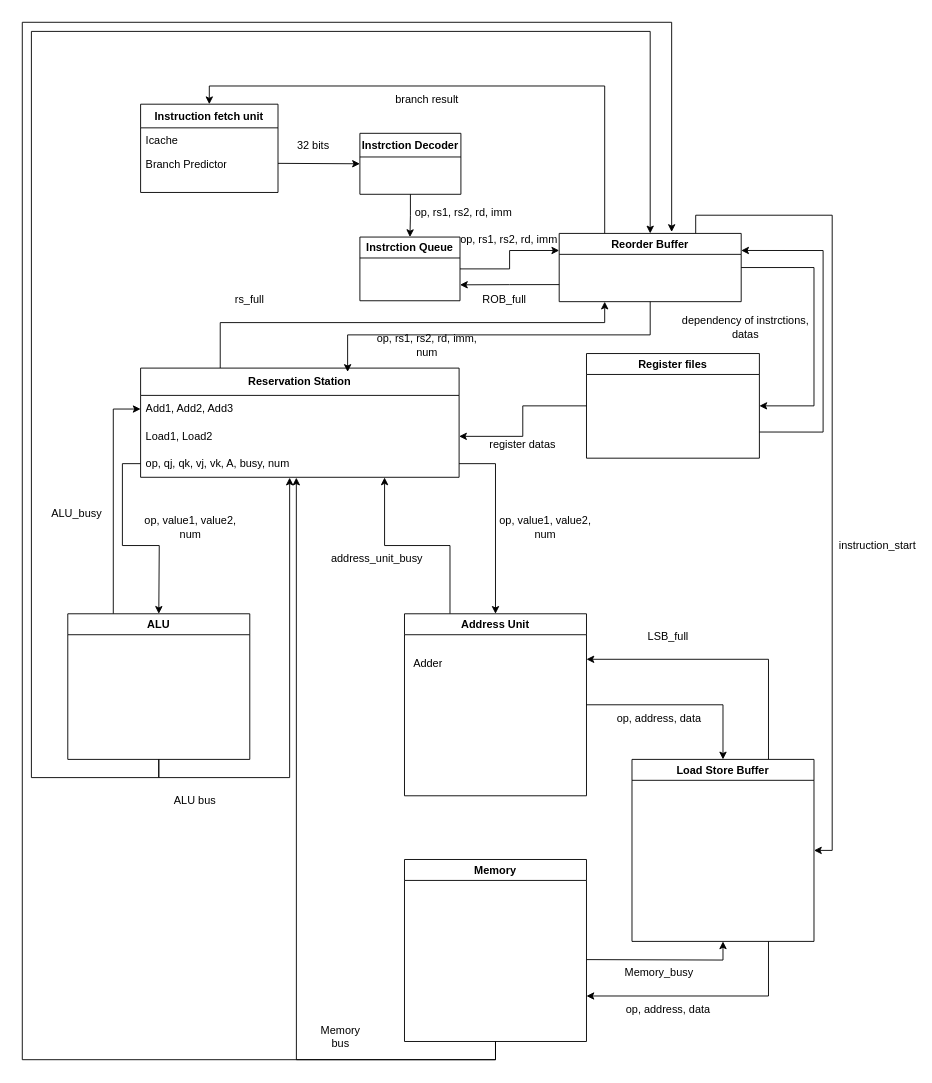
Before: CPU.drawio in Seven-Streams/Viola, a draw.io diagram. Source tidied: cells renumbered, new cells numbered last; positions are measured from the earlier drawing's top-left corner, leaving out a move shared by most shapes. Both pictures are drawn from the tidied source at 91%, with x=0, y=0 at pixel (22, 22).
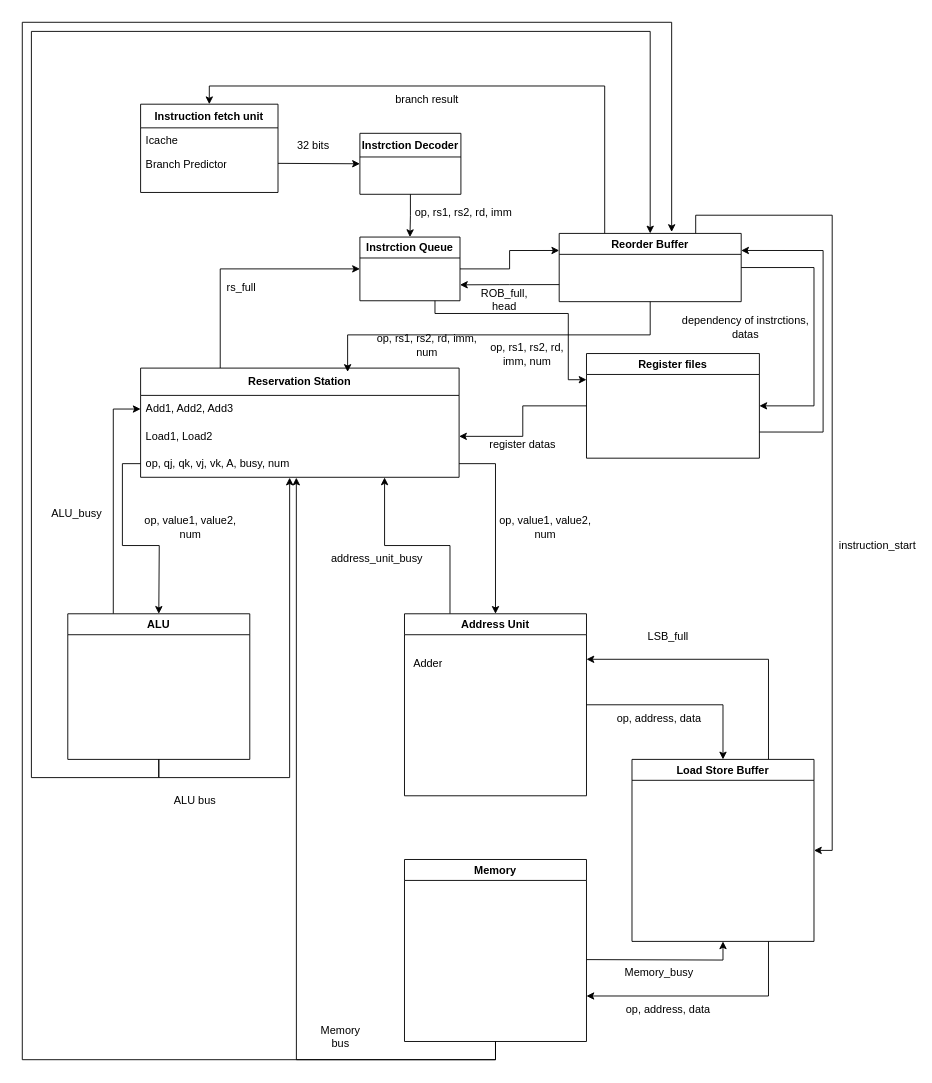
The same page after the edit.

The change refers to these unchanged cells:
```xml
<mxCell id="10" value="Instrction Queue" style="swimlane;whiteSpace=wrap;html=1;" parent="1" vertex="1">
  <mxGeometry x="371" y="236" width="110" height="70" as="geometry" />
</mxCell>
<mxCell id="13" value="&lt;b&gt;Reservation Station&lt;/b&gt;" style="swimlane;fontStyle=0;horizontal=1;startSize=30;whiteSpace=wrap;html=1;" parent="1" vertex="1">
  <mxGeometry x="130" y="380" width="350" height="120" as="geometry" />
</mxCell>
<mxCell id="22" value="Register files" style="swimlane;whiteSpace=wrap;html=1;" parent="1" vertex="1">
  <mxGeometry x="620" y="364" width="190" height="115" as="geometry" />
</mxCell>
<mxCell id="50" value="Reorder Buffer" style="swimlane;whiteSpace=wrap;html=1;" parent="1" vertex="1">
  <mxGeometry x="590" y="232" width="200" height="75" as="geometry" />
</mxCell>
```

Diff of the diagram source:
```diff
@@
+    <mxCell id="61" style="edgeStyle=orthogonalEdgeStyle;rounded=0;jettySize=auto;html=1;exitX=0.75;exitY=1;exitDx=0;exitDy=0;entryX=0;entryY=0.25;entryDx=0;entryDy=0;jumpStyle=arc;jumpSize=8;" parent="1" edge="1" source="10" target="22">
+      <mxGeometry relative="1" as="geometry">
+        <Array as="points">
+          <mxPoint x="453" y="320" />
+          <mxPoint x="600" y="320" />
+          <mxPoint x="600" y="393" />
+        </Array>
+      </mxGeometry>
+    </mxCell>
@@
-    <mxCell id="12" style="edgeStyle=orthogonalEdgeStyle;rounded=0;jettySize=auto;html=1;exitX=0.25;exitY=0;exitDx=0;exitDy=0;entryX=0.25;entryY=1;entryDx=0;entryDy=0;" parent="1" edge="1" source="13" target="50">
-      <mxGeometry relative="1" as="geometry">
-        <Array as="points">
-          <mxPoint x="218" y="330" />
-          <mxPoint x="640" y="330" />
-        </Array>
-      </mxGeometry>
-    </mxCell>
+    <mxCell id="62" style="edgeStyle=orthogonalEdgeStyle;rounded=0;jettySize=auto;html=1;exitX=0.25;exitY=0;exitDx=0;exitDy=0;entryX=0;entryY=0.5;entryDx=0;entryDy=0;" parent="1" edge="1" source="13" target="10">
+      <mxGeometry relative="1" as="geometry" />
+    </mxCell>
@@
     <mxCell id="19" value="rs_full" style="text;html=1;align=center;verticalAlign=middle;whiteSpace=wrap;rounded=0;" parent="1" vertex="1">
-      <mxGeometry x="210" y="290" width="80" height="30" as="geometry" />
+      <mxGeometry x="201" y="277" width="80" height="30" as="geometry" />
     </mxCell>
@@
-    <mxCell id="51" value="op, rs1, rs2, rd, imm" style="text;html=1;align=center;verticalAlign=middle;whiteSpace=wrap;rounded=0;" parent="1" vertex="1">
-      <mxGeometry x="480" y="224" width="110" height="30" as="geometry" />
+    <mxCell id="51" value="op, rs1, rs2, rd, imm, num" style="text;html=1;align=center;verticalAlign=middle;whiteSpace=wrap;rounded=0;" parent="1" vertex="1">
+      <mxGeometry x="500" y="350" width="110" height="30" as="geometry" />
     </mxCell>
-    <mxCell id="52" value="ROB_full" style="text;html=1;align=center;verticalAlign=middle;whiteSpace=wrap;rounded=0;" parent="1" vertex="1">
+    <mxCell id="52" value="ROB_full, head" style="text;html=1;align=center;verticalAlign=middle;whiteSpace=wrap;rounded=0;" parent="1" vertex="1">
       <mxGeometry x="500" y="290" width="60" height="30" as="geometry" />
     </mxCell>
```
